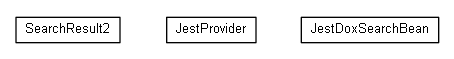
trajano/doxdb keeps this Graphviz diagram as doxdb-ejb/apidocs/net/trajano/doxdb/ejb/jest/net.trajano.doxdb.ejb.jest.png. Above is the earlier version. Its source is kept beside it as doxdb-ejb/apidocs/net/trajano/doxdb/ejb/jest/net.trajano.doxdb.ejb.jest.dot.
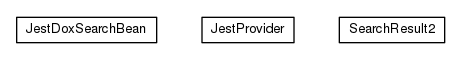
After the change.

Diff of the diagram source:
```diff
@@ -1,22 +1,22 @@
 
 digraph G {
-	edge [fontname="arial",fontsize=10,labelfontname="arial",labelfontsize=10];
-	node [fontname="arial",fontsize=10,shape=plaintext];
+	edge [fontname="Helvetica",fontsize=10,labelfontname="Helvetica",labelfontsize=10];
+	node [fontname="Helvetica",fontsize=10,shape=plaintext];
 	nodesep=0.25;
 	ranksep=0.5;
-	c0 [label=<<table title="net.trajano.doxdb.ejb.jest.SearchResult2" border="0" cellborder="1" cellspacing="0" cellpadding="2" port="p" href="./SearchResult2.html">
+	c0 [label=<<table title="net.trajano.doxdb.ejb.jest.JestDoxSearchBean" border="0" cellborder="1" cellspacing="0" cellpadding="2" port="p" href="./JestDoxSearchBean.html">
 		<tr><td><table border="0" cellspacing="0" cellpadding="1">
-<tr><td align="center" balign="center"> SearchResult2 </td></tr>
+<tr><td align="center" balign="center"> JestDoxSearchBean </td></tr>
 		</table></td></tr>
-		</table>>, URL="./SearchResult2.html", fontname="arial", fontcolor="black", fontsize=10.0];
+		</table>>, URL="./JestDoxSearchBean.html", fontname="Helvetica", fontcolor="black", fontsize=10.0];
 	c1 [label=<<table title="net.trajano.doxdb.ejb.jest.JestProvider" border="0" cellborder="1" cellspacing="0" cellpadding="2" port="p" href="./JestProvider.html">
 		<tr><td><table border="0" cellspacing="0" cellpadding="1">
 <tr><td align="center" balign="center"> JestProvider </td></tr>
 		</table></td></tr>
-		</table>>, URL="./JestProvider.html", fontname="arial", fontcolor="black", fontsize=10.0];
-	c2 [label=<<table title="net.trajano.doxdb.ejb.jest.JestDoxSearchBean" border="0" cellborder="1" cellspacing="0" cellpadding="2" port="p" href="./JestDoxSearchBean.html">
+		</table>>, URL="./JestProvider.html", fontname="Helvetica", fontcolor="black", fontsize=10.0];
+	c2 [label=<<table title="net.trajano.doxdb.ejb.jest.SearchResult2" border="0" cellborder="1" cellspacing="0" cellpadding="2" port="p" href="./SearchResult2.html">
 		<tr><td><table border="0" cellspacing="0" cellpadding="1">
-<tr><td align="center" balign="center"> JestDoxSearchBean </td></tr>
+<tr><td align="center" balign="center"> SearchResult2 </td></tr>
 		</table></td></tr>
-		</table>>, URL="./JestDoxSearchBean.html", fontname="arial", fontcolor="black", fontsize=10.0];
+		</table>>, URL="./SearchResult2.html", fontname="Helvetica", fontcolor="black", fontsize=10.0];
 }
```
